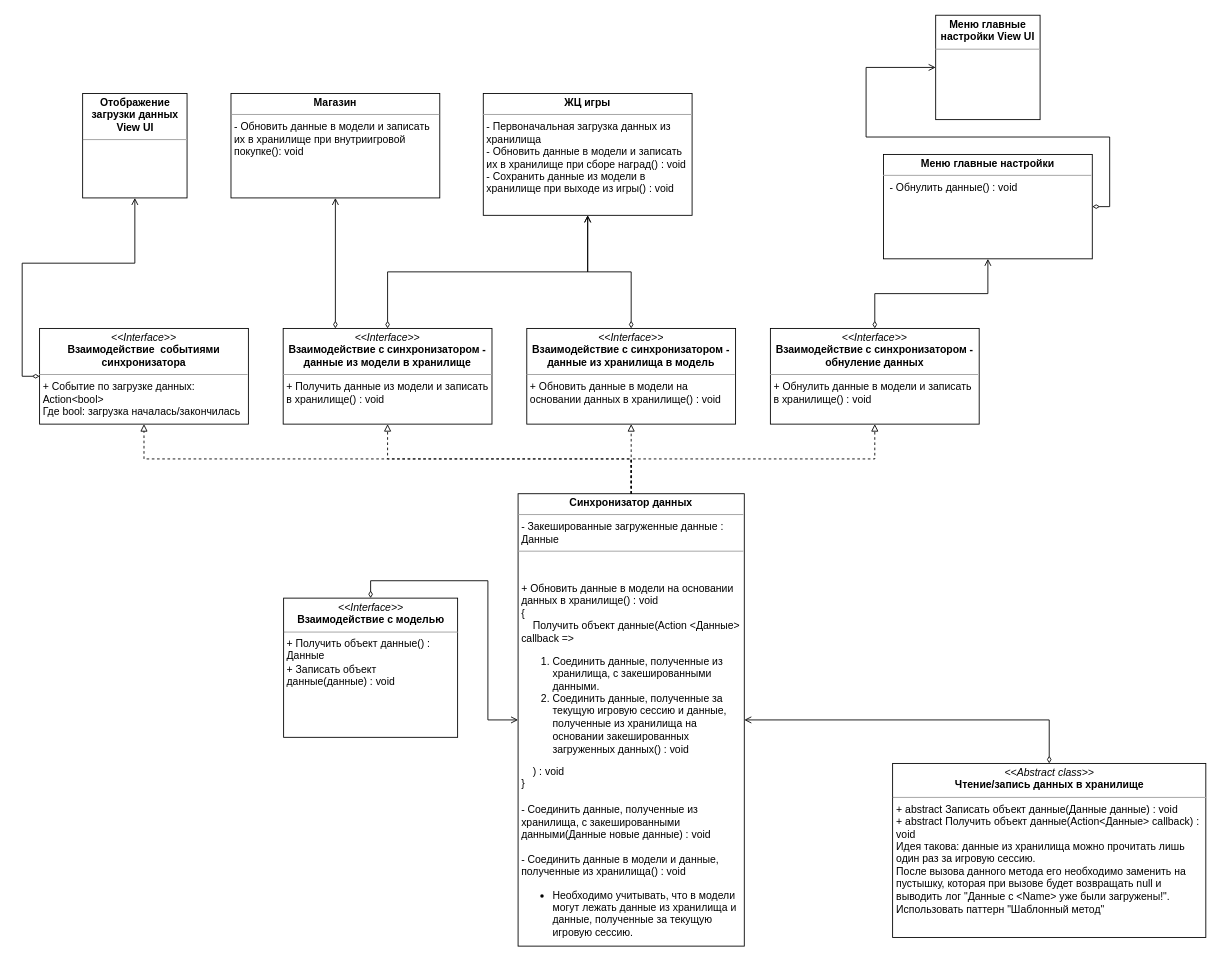
The draw.io diagram Документация/Проектирование кода/Работа с данными/Синхронизатор данных UML.drawio in PurposeTo/JumpingDreamer, before the edit. Source tidied: cells renumbered, new cells numbered last; positions are measured from the earlier drawing's top-left corner, leaving out a move shared by most shapes. Both pictures are drawn from the tidied source at 87%, with x=0, y=0 at pixel (39, 15).
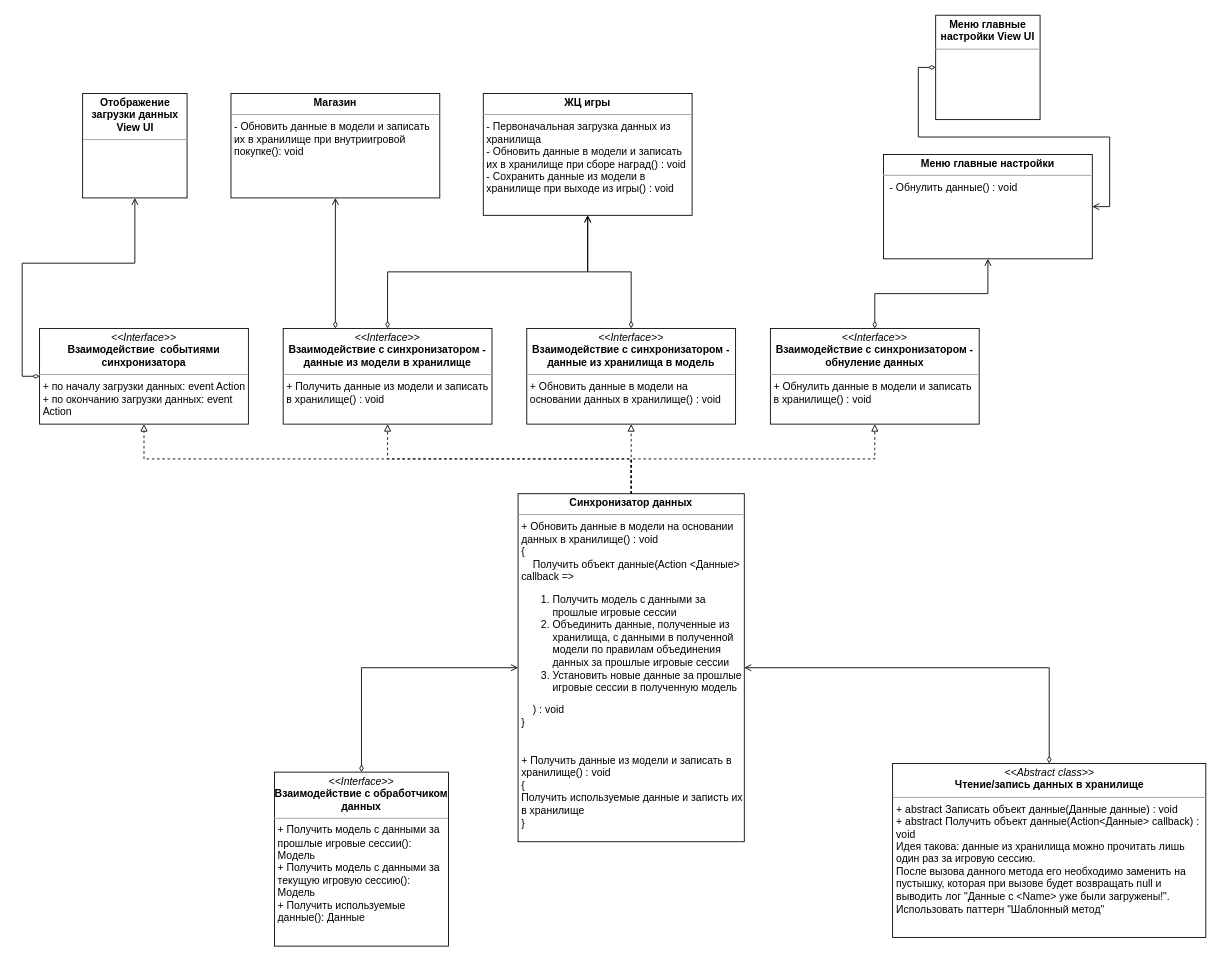
The same diagram, later.

The change refers to these unchanged cells:
```xml
<mxCell id="11" value="&lt;p style=&quot;margin: 0px ; margin-top: 4px ; text-align: center&quot;&gt;&lt;b&gt;Меню главные настройки View UI&lt;/b&gt;&lt;/p&gt;&lt;hr size=&quot;1&quot;&gt;&lt;div style=&quot;height: 2px&quot;&gt;&lt;br&gt;&lt;/div&gt;" style="verticalAlign=top;align=left;overflow=fill;fontSize=12;fontFamily=Helvetica;html=1;whiteSpace=wrap;" parent="1" vertex="1">
  <mxGeometry x="1030" width="120" height="120" as="geometry" />
</mxCell>
<mxCell id="16" value="&lt;p style=&quot;margin: 0px ; margin-top: 4px ; text-align: center&quot;&gt;&lt;b&gt;Меню главные настройки&lt;/b&gt;&lt;/p&gt;&lt;hr size=&quot;1&quot;&gt;&lt;p style=&quot;margin: 0px ; margin-left: 4px&quot;&gt;&lt;span&gt;&amp;nbsp;- Обнулить данные() : void&lt;/span&gt;&lt;br&gt;&lt;/p&gt;" style="verticalAlign=top;align=left;overflow=fill;fontSize=12;fontFamily=Helvetica;html=1;whiteSpace=wrap;" parent="1" vertex="1">
  <mxGeometry x="970" y="160" width="240" height="120" as="geometry" />
</mxCell>
```

Change to the diagram source:
```diff
@@
-    <mxCell id="4" style="edgeStyle=orthogonalEdgeStyle;rounded=0;jettySize=auto;html=1;exitX=0.5;exitY=0;exitDx=0;exitDy=0;entryX=0;entryY=0.5;entryDx=0;entryDy=0;startArrow=diamondThin;startFill=0;endArrow=open;endFill=0;fontSize=14;" parent="1" edge="1" source="5" target="7">
+    <mxCell id="4" style="edgeStyle=orthogonalEdgeStyle;rounded=0;jettySize=auto;html=1;exitX=0.5;exitY=0;exitDx=0;exitDy=0;entryX=0;entryY=0.5;entryDx=0;entryDy=0;startArrow=diamondThin;startFill=0;endArrow=open;endFill=0;fontSize=14;" parent="1" edge="1" source="28" target="7">
       <mxGeometry relative="1" as="geometry" />
     </mxCell>
-    <mxCell id="5" value="&lt;p style=&quot;margin: 0px ; margin-top: 4px ; text-align: center&quot;&gt;&lt;i&gt;&amp;lt;&amp;lt;Interface&amp;gt;&amp;gt;&lt;/i&gt;&lt;br&gt;&lt;b&gt;Взаимодействие с моделью&lt;/b&gt;&lt;/p&gt;&lt;hr size=&quot;1&quot;&gt;&lt;p style=&quot;margin: 0px ; margin-left: 4px&quot;&gt;&lt;/p&gt;&lt;span&gt;&amp;nbsp;&lt;/span&gt;+ Получить объект данные() :&amp;nbsp; &amp;nbsp;Данные&lt;br&gt;&lt;span&gt;&amp;nbsp;+ Записать объект&amp;nbsp; &amp;nbsp;данные(данные) : void&lt;/span&gt;&lt;br&gt;&lt;p&gt;&lt;/p&gt;" style="verticalAlign=top;align=left;overflow=fill;fontSize=12;fontFamily=Helvetica;html=1;whiteSpace=wrap;" parent="1" vertex="1">
-      <mxGeometry x="280.5" y="670" width="200" height="160" as="geometry" />
-    </mxCell>
@@
-    <mxCell id="7" value="&lt;p style=&quot;margin: 0px ; margin-top: 4px ; text-align: center&quot;&gt;&lt;b&gt;Синхронизатор данных&lt;/b&gt;&lt;/p&gt;&lt;hr size=&quot;1&quot;&gt;&lt;p style=&quot;margin: 4px 0px 0px ; text-align: center&quot;&gt;&lt;/p&gt;&lt;p style=&quot;margin: 0px 0px 0px 4px&quot;&gt;- Закешированные загруженные данные : Данные&lt;/p&gt;&lt;hr size=&quot;1&quot;&gt;&lt;p style=&quot;margin: 0px 0px 0px 4px&quot;&gt;&lt;br&gt;&lt;/p&gt;&lt;p style=&quot;margin: 0px ; margin-left: 4px&quot;&gt;&lt;br&gt;&lt;/p&gt;&lt;p style=&quot;margin: 0px ; margin-left: 4px&quot;&gt;+ Обновить данные в модели на основании данных в хранилище() : void&lt;br&gt;&lt;/p&gt;&lt;p style=&quot;margin: 0px ; margin-left: 4px&quot;&gt;{&lt;/p&gt;&lt;p style=&quot;margin: 0px ; margin-left: 4px&quot;&gt;&amp;nbsp; &amp;nbsp; Получить объект данные(Action &amp;lt;Данные&amp;gt; callback =&amp;gt;&lt;/p&gt;&lt;p style=&quot;margin: 0px ; margin-left: 4px&quot;&gt;&lt;/p&gt;&lt;ol&gt;&lt;li&gt;Соединить данные, полученные из хранилища, с закешированными данными.&lt;/li&gt;&lt;li&gt;Соединить данные, полученные за текущую игровую сессию и данные, полученные из хранилища на основании закешированных загруженных данных() : void&lt;/li&gt;&lt;/ol&gt;&lt;p&gt;&lt;/p&gt;&lt;p style=&quot;margin: 0px ; margin-left: 4px&quot;&gt;&amp;nbsp; &amp;nbsp; ) : void&amp;nbsp;&lt;br&gt;&lt;/p&gt;&lt;p style=&quot;margin: 0px ; margin-left: 4px&quot;&gt;}&lt;/p&gt;&lt;p style=&quot;margin: 0px ; margin-left: 4px&quot;&gt;&lt;br&gt;&lt;/p&gt;&lt;p style=&quot;margin: 0px ; margin-left: 4px&quot;&gt;- Соединить данные, полученные из хранилища, с закешированными данными(Данные новые данные) : void&lt;/p&gt;&lt;p style=&quot;margin: 0px ; margin-left: 4px&quot;&gt;&lt;br&gt;&lt;/p&gt;&lt;p style=&quot;margin: 0px ; margin-left: 4px&quot;&gt;- Соединить данные в модели и данные, полученные из хранилища() : void&lt;/p&gt;&lt;p style=&quot;margin: 0px ; margin-left: 4px&quot;&gt;&lt;/p&gt;&lt;ul&gt;&lt;li&gt;Необходимо учитывать, что в модели могут лежать данные из хранилища и данные, полученные за текущую игровую сессию.&lt;/li&gt;&lt;/ul&gt;&lt;p&gt;&lt;/p&gt;&lt;p&gt;&lt;/p&gt;" style="verticalAlign=top;align=left;overflow=fill;fontSize=12;fontFamily=Helvetica;html=1;whiteSpace=wrap;" parent="1" vertex="1">
-      <mxGeometry x="550" y="550" width="260" height="520" as="geometry" />
+    <mxCell id="7" value="&lt;p style=&quot;margin: 0px ; margin-top: 4px ; text-align: center&quot;&gt;&lt;b&gt;Синхронизатор данных&lt;/b&gt;&lt;/p&gt;&lt;hr size=&quot;1&quot;&gt;&lt;p style=&quot;margin: 0px 0px 0px 4px&quot;&gt;&lt;span&gt;+ Обновить данные в модели на основании данных в хранилище() : void&lt;/span&gt;&lt;br&gt;&lt;/p&gt;&lt;p style=&quot;margin: 0px ; margin-left: 4px&quot;&gt;{&lt;/p&gt;&lt;p style=&quot;margin: 0px ; margin-left: 4px&quot;&gt;&amp;nbsp; &amp;nbsp; Получить объект данные(Action &amp;lt;Данные&amp;gt; callback =&amp;gt;&lt;/p&gt;&lt;p style=&quot;margin: 0px ; margin-left: 4px&quot;&gt;&lt;/p&gt;&lt;ol&gt;&lt;li&gt;Получить модель с данными за прошлые игровые сессии&lt;br&gt;&lt;/li&gt;&lt;li&gt;Объединить данные, полученные из хранилища, с данными в полученной модели по правилам объединения данных за прошлые игровые сессии&lt;/li&gt;&lt;li&gt;Установить новые данные за прошлые игровые сессии в полученную модель&lt;/li&gt;&lt;/ol&gt;&lt;p&gt;&lt;/p&gt;&lt;p style=&quot;margin: 0px ; margin-left: 4px&quot;&gt;&amp;nbsp; &amp;nbsp; ) : void&amp;nbsp;&lt;br&gt;&lt;/p&gt;&lt;p style=&quot;margin: 0px ; margin-left: 4px&quot;&gt;}&lt;/p&gt;&lt;p style=&quot;margin: 0px ; margin-left: 4px&quot;&gt;&lt;br&gt;&lt;/p&gt;&lt;p style=&quot;margin: 0px ; margin-left: 4px&quot;&gt;&lt;br&gt;&lt;/p&gt;&lt;p style=&quot;margin: 0px 0px 0px 4px&quot;&gt;+ Получить данные из модели и записать в хранилище() : void&lt;br&gt;&lt;/p&gt;&lt;p style=&quot;margin: 0px 0px 0px 4px&quot;&gt;{&lt;/p&gt;&lt;p style=&quot;margin: 0px 0px 0px 4px&quot;&gt;Получить используемые данные и записть их в хранилище&lt;/p&gt;&lt;p style=&quot;margin: 0px 0px 0px 4px&quot;&gt;}&lt;/p&gt;&lt;p&gt;&lt;/p&gt;&lt;p&gt;&lt;/p&gt;" style="verticalAlign=top;align=left;overflow=fill;fontSize=12;fontFamily=Helvetica;html=1;whiteSpace=wrap;" parent="1" vertex="1">
+      <mxGeometry x="550" y="550" width="260" height="400" as="geometry" />
     </mxCell>
@@
-    <mxCell id="15" style="edgeStyle=orthogonalEdgeStyle;rounded=0;jettySize=auto;html=1;exitX=1;exitY=0.5;exitDx=0;exitDy=0;entryX=0;entryY=0.5;entryDx=0;entryDy=0;startArrow=diamondThin;startFill=0;endArrow=open;endFill=0;" parent="1" edge="1" source="16" target="11">
+    <mxCell id="15" style="edgeStyle=orthogonalEdgeStyle;rounded=0;jettySize=auto;html=1;entryX=1;entryY=0.5;entryDx=0;entryDy=0;startArrow=diamondThin;startFill=0;endArrow=open;endFill=0;exitX=0;exitY=0.5;exitDx=0;exitDy=0;" parent="1" edge="1" source="11" target="16">
       <mxGeometry relative="1" as="geometry" />
     </mxCell>
@@
-    <mxCell id="18" value="&lt;p style=&quot;margin: 0px ; margin-top: 4px ; text-align: center&quot;&gt;&lt;i&gt;&amp;lt;&amp;lt;Interface&amp;gt;&amp;gt;&lt;/i&gt;&lt;br&gt;&lt;b&gt;Взаимодействие&amp;nbsp; событиями синхронизатора&lt;/b&gt;&lt;br&gt;&lt;/p&gt;&lt;hr size=&quot;1&quot;&gt;&lt;p style=&quot;margin: 0px ; margin-left: 4px&quot;&gt;+ Событие по загрузке данных: Action&amp;lt;bool&amp;gt;&lt;br&gt;&lt;/p&gt;&lt;p style=&quot;margin: 0px ; margin-left: 4px&quot;&gt;Где bool: загрузка началась/закончилась&lt;/p&gt;" style="verticalAlign=top;align=left;overflow=fill;fontSize=12;fontFamily=Helvetica;html=1;whiteSpace=wrap;" parent="1" vertex="1">
+    <mxCell id="18" value="&lt;p style=&quot;margin: 0px ; margin-top: 4px ; text-align: center&quot;&gt;&lt;i&gt;&amp;lt;&amp;lt;Interface&amp;gt;&amp;gt;&lt;/i&gt;&lt;br&gt;&lt;b&gt;Взаимодействие&amp;nbsp; событиями синхронизатора&lt;/b&gt;&lt;br&gt;&lt;/p&gt;&lt;hr size=&quot;1&quot;&gt;&lt;p style=&quot;margin: 0px ; margin-left: 4px&quot;&gt;+ по началу загрузки данных: event Action&lt;br&gt;&lt;/p&gt;&lt;p style=&quot;margin: 0px ; margin-left: 4px&quot;&gt;+ по окончанию загрузки данных: event Action&lt;br&gt;&lt;/p&gt;&lt;p style=&quot;margin: 0px ; margin-left: 4px&quot;&gt;&lt;br&gt;&lt;/p&gt;" style="verticalAlign=top;align=left;overflow=fill;fontSize=12;fontFamily=Helvetica;html=1;whiteSpace=wrap;" parent="1" vertex="1">
       <mxGeometry y="360" width="240" height="110" as="geometry" />
     </mxCell>
@@
+    <mxCell id="28" value="&lt;p style=&quot;margin: 0px ; margin-top: 4px ; text-align: center&quot;&gt;&lt;i&gt;&amp;lt;&amp;lt;Interface&amp;gt;&amp;gt;&lt;/i&gt;&lt;br&gt;&lt;b&gt;Взаимодействие с обработчиком данных&lt;/b&gt;&lt;/p&gt;&lt;hr size=&quot;1&quot;&gt;&lt;p style=&quot;margin: 0px 0px 0px 4px&quot;&gt;+ Получить модель с данными за прошлые игровые сессии(): Модель&lt;/p&gt;&lt;p style=&quot;margin: 0px 0px 0px 4px&quot;&gt;+ Получить модель с данными за текущую игровую сессию(): Модель&lt;/p&gt;&lt;p style=&quot;margin: 0px 0px 0px 4px&quot;&gt;+ Получить используемые данные(): Данные&lt;/p&gt;&lt;br&gt;&lt;p&gt;&lt;/p&gt;" style="verticalAlign=top;align=left;overflow=fill;fontSize=12;fontFamily=Helvetica;html=1;whiteSpace=wrap;" parent="1" vertex="1">
+      <mxGeometry x="270" y="870" width="200" height="200" as="geometry" />
+    </mxCell>
```
